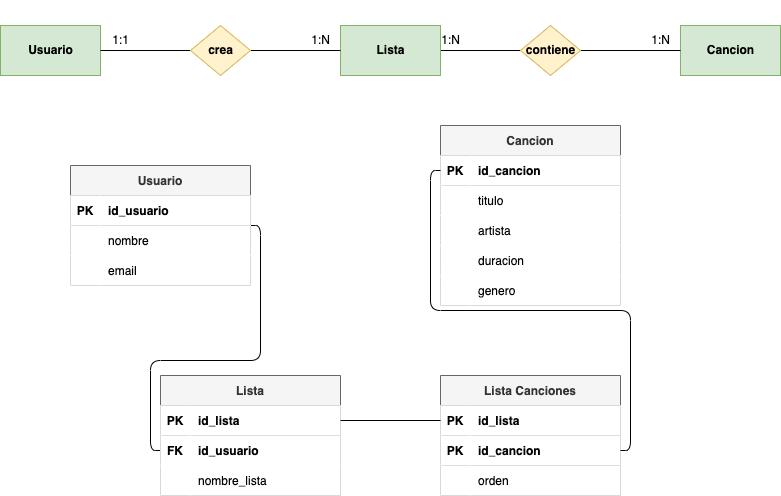
Earlier version of the draw.io export tareas/tarea-3/images/ejercicio13.drawio.png (deylansystem/actividadesBAE). Source tidied: cells renumbered, new cells last; positions are measured from the earlier drawing's top-left corner, leaving out a move shared by most shapes.
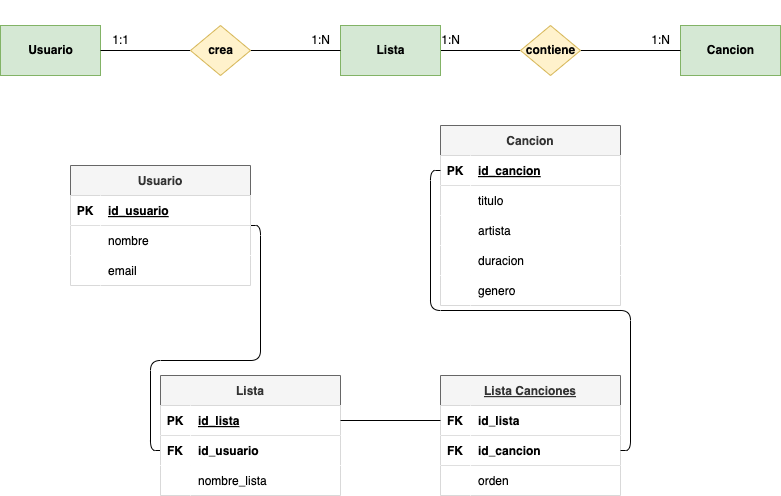
Above is the later version.

Change to the diagram source:
```diff
@@ -59,7 +59,7 @@
     <mxCell id="20" value="PK" style="shape=partialRectangle;fillColor=#FFFFFF;top=0;left=0;bottom=0;right=0;fontStyle=1;overflow=hidden;fontColor=#000000;" parent="19" vertex="1">
       <mxGeometry width="30" height="30" as="geometry" />
     </mxCell>
-    <mxCell id="21" value="id_usuario" style="shape=partialRectangle;fillColor=#FFFFFF;top=0;left=0;bottom=0;right=0;align=left;spacingLeft=6;fontStyle=1;overflow=hidden;fontColor=#000000;" parent="19" vertex="1">
+    <mxCell id="21" value="id_usuario" style="shape=partialRectangle;fillColor=#FFFFFF;top=0;left=0;bottom=0;right=0;align=left;spacingLeft=6;fontStyle=5;overflow=hidden;fontColor=#000000;" parent="19" vertex="1">
       <mxGeometry x="30" width="150" height="30" as="geometry" />
     </mxCell>
     <mxCell id="22" style="shape=tableRow;horizontal=0;startSize=0;swimlaneHead=0;swimlaneBody=0;fillColor=#FFFFFF;top=0;left=0;right=0;bottom=0;fontColor=#000000;" parent="18" vertex="1">
@@ -89,7 +89,7 @@
     <mxCell id="30" value="PK" style="shape=partialRectangle;fillColor=#FFFFFF;top=0;left=0;bottom=0;right=0;fontStyle=1;overflow=hidden;fontColor=#000000;" parent="29" vertex="1">
       <mxGeometry width="30" height="30" as="geometry" />
     </mxCell>
-    <mxCell id="31" value="id_lista" style="shape=partialRectangle;fillColor=#FFFFFF;top=0;left=0;bottom=0;right=0;align=left;spacingLeft=6;fontStyle=1;overflow=hidden;fontColor=#000000;" parent="29" vertex="1">
+    <mxCell id="31" value="id_lista" style="shape=partialRectangle;fillColor=#FFFFFF;top=0;left=0;bottom=0;right=0;align=left;spacingLeft=6;fontStyle=5;overflow=hidden;fontColor=#000000;" parent="29" vertex="1">
       <mxGeometry x="30" width="150" height="30" as="geometry" />
     </mxCell>
     <mxCell id="32" style="shape=tableRow;horizontal=0;startSize=0;swimlaneHead=0;swimlaneBody=0;fillColor=#FFFFFF;points=[[0,0.5],[1,0.5]];portConstraint=eastwest;top=0;left=0;right=0;bottom=0;fontColor=#000000;" parent="28" vertex="1">
@@ -110,13 +110,13 @@
     <mxCell id="37" value="nombre_lista" style="shape=partialRectangle;fillColor=#FFFFFF;top=0;left=0;bottom=0;right=0;align=left;spacingLeft=6;overflow=hidden;fontColor=#000000;" parent="35" vertex="1">
       <mxGeometry x="30" width="150" height="30" as="geometry" />
     </mxCell>
-    <mxCell id="38" value="Lista Canciones" style="shape=table;startSize=30;rowLines=0;fontStyle=1;align=center;fillColor=#f5f5f5;strokeColor=#666666;fontColor=#333333;" parent="1" vertex="1">
+    <mxCell id="38" value="Lista Canciones" style="shape=table;startSize=30;rowLines=0;fontStyle=5;align=center;fillColor=#f5f5f5;strokeColor=#666666;fontColor=#333333;" parent="1" vertex="1">
       <mxGeometry x="440" y="375" width="180" height="120" as="geometry" />
     </mxCell>
     <mxCell id="39" style="shape=tableRow;horizontal=0;startSize=0;swimlaneHead=0;swimlaneBody=0;fillColor=#FFFFFF;points=[[0,0.5],[1,0.5]];portConstraint=eastwest;top=0;left=0;right=0;bottom=1;fontColor=#000000;" parent="38" vertex="1">
       <mxGeometry y="30" width="180" height="30" as="geometry" />
     </mxCell>
-    <mxCell id="40" value="PK" style="shape=partialRectangle;fillColor=#FFFFFF;top=0;left=0;bottom=0;right=0;fontStyle=1;overflow=hidden;fontColor=#000000;" parent="39" vertex="1">
+    <mxCell id="40" value="FK" style="shape=partialRectangle;fillColor=#FFFFFF;top=0;left=0;bottom=0;right=0;fontStyle=1;overflow=hidden;fontColor=#000000;" parent="39" vertex="1">
       <mxGeometry width="30" height="30" as="geometry" />
     </mxCell>
     <mxCell id="41" value="id_lista" style="shape=partialRectangle;fillColor=#FFFFFF;top=0;left=0;bottom=0;right=0;align=left;spacingLeft=6;fontStyle=1;overflow=hidden;fontColor=#000000;" parent="39" vertex="1">
@@ -125,7 +125,7 @@
     <mxCell id="42" style="shape=tableRow;horizontal=0;startSize=0;swimlaneHead=0;swimlaneBody=0;fillColor=#FFFFFF;points=[[0,0.5],[1,0.5]];portConstraint=eastwest;top=0;left=0;right=0;bottom=1;fontColor=#000000;" parent="38" vertex="1">
       <mxGeometry y="60" width="180" height="30" as="geometry" />
     </mxCell>
-    <mxCell id="43" value="PK" style="shape=partialRectangle;fillColor=#FFFFFF;top=0;left=0;bottom=0;right=0;fontStyle=1;overflow=hidden;fontColor=#000000;" parent="42" vertex="1">
+    <mxCell id="43" value="FK" style="shape=partialRectangle;fillColor=#FFFFFF;top=0;left=0;bottom=0;right=0;fontStyle=1;overflow=hidden;fontColor=#000000;" parent="42" vertex="1">
       <mxGeometry width="30" height="30" as="geometry" />
     </mxCell>
     <mxCell id="44" value="id_cancion" style="shape=partialRectangle;fillColor=#FFFFFF;top=0;left=0;bottom=0;right=0;align=left;spacingLeft=6;fontStyle=1;overflow=hidden;fontColor=#000000;" parent="42" vertex="1">
@@ -149,7 +149,7 @@
     <mxCell id="50" value="PK" style="shape=partialRectangle;fillColor=#FFFFFF;top=0;left=0;bottom=0;right=0;fontStyle=1;overflow=hidden;fontColor=#000000;" parent="49" vertex="1">
       <mxGeometry width="30" height="30" as="geometry" />
     </mxCell>
-    <mxCell id="51" value="id_cancion" style="shape=partialRectangle;fillColor=#FFFFFF;top=0;left=0;bottom=0;right=0;align=left;spacingLeft=6;fontStyle=1;overflow=hidden;fontColor=#000000;" parent="49" vertex="1">
+    <mxCell id="51" value="id_cancion" style="shape=partialRectangle;fillColor=#FFFFFF;top=0;left=0;bottom=0;right=0;align=left;spacingLeft=6;fontStyle=5;overflow=hidden;fontColor=#000000;" parent="49" vertex="1">
       <mxGeometry x="30" width="150" height="30" as="geometry" />
     </mxCell>
     <mxCell id="52" style="shape=tableRow;horizontal=0;startSize=0;swimlaneHead=0;swimlaneBody=0;fillColor=#FFFFFF;top=0;left=0;right=0;bottom=0;fontColor=#000000;" parent="48" vertex="1">
```
